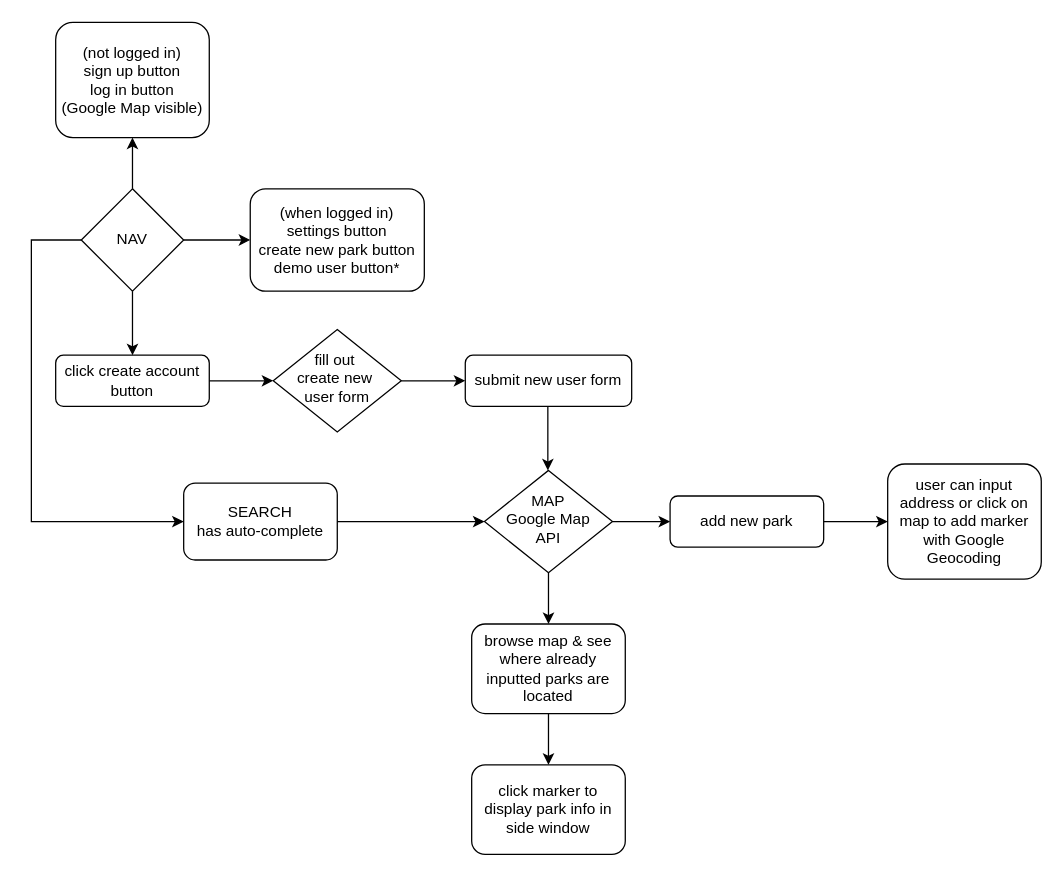
The draw.io diagram bmxparksorg-flowchart.drawio in forrestmorrison/bmxparksorg, before the edit. Source tidied: cells renumbered, new cells numbered last; positions are measured from the earlier drawing's top-left corner, leaving out a move shared by most shapes. Both pictures are drawn from the tidied source at 128%, with x=0, y=0 at pixel (31, 22).
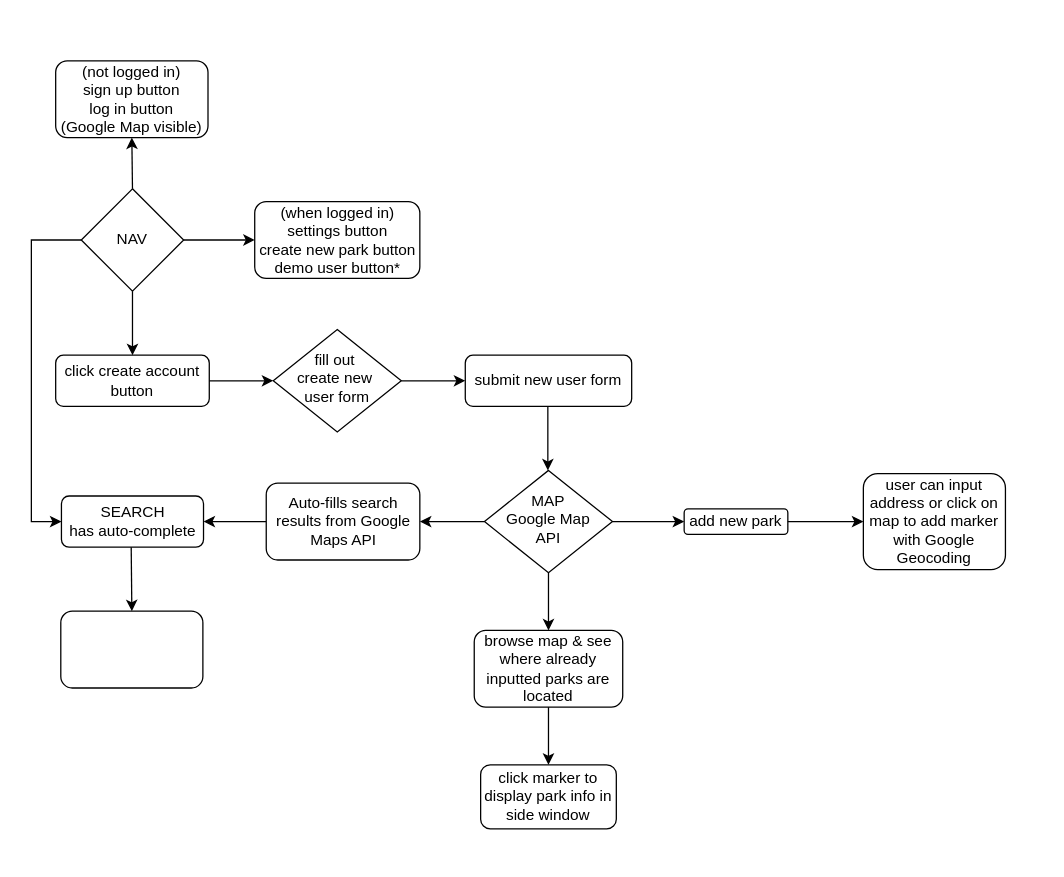
After the change.

Commit message:
Updated flow chart

Unchanged cells that the change refers to:
```xml
<mxCell id="5" value="MAP&lt;br&gt;Google Map&lt;br&gt;API" style="rhombus;whiteSpace=wrap;html=1;shadow=0;fontFamily=Helvetica;fontSize=12;align=center;strokeWidth=1;spacing=6;spacingTop=-4;" parent="1" vertex="1">
  <mxGeometry x="354" y="350" width="100" height="80" as="geometry" />
</mxCell>
```

Change to the diagram source:
```diff
@@
     <mxCell id="6" value="click marker to display park info in side window" style="rounded=1;whiteSpace=wrap;html=1;fontSize=12;glass=0;strokeWidth=1;shadow=0;" parent="1" vertex="1">
-      <mxGeometry x="344" y="580" width="120" height="70" as="geometry" />
+      <mxGeometry x="351" y="580" width="106" height="50" as="geometry" />
     </mxCell>
     <mxCell id="7" value="add new park" style="rounded=1;whiteSpace=wrap;html=1;fontSize=12;glass=0;strokeWidth=1;shadow=0;" parent="1" vertex="1">
-      <mxGeometry x="499" y="370" width="120" height="40" as="geometry" />
+      <mxGeometry x="510" y="380" width="81" height="20" as="geometry" />
     </mxCell>
@@
     <mxCell id="12" value="browse map &amp;amp; see where already inputted parks are located" style="rounded=1;whiteSpace=wrap;html=1;" parent="1" vertex="1">
-      <mxGeometry x="344" y="470" width="120" height="70" as="geometry" />
+      <mxGeometry x="346" y="475" width="116" height="60" as="geometry" />
     </mxCell>
@@
     <mxCell id="19" value="(when logged in)&lt;br&gt;settings button&lt;br&gt;create new park button&lt;br&gt;demo user button*" style="rounded=1;whiteSpace=wrap;html=1;" parent="1" vertex="1">
-      <mxGeometry x="171" y="130" width="136" height="80" as="geometry" />
+      <mxGeometry x="174.5" y="140" width="129" height="60" as="geometry" />
     </mxCell>
     <mxCell id="20" value="(not logged in)&lt;br&gt;sign up button&lt;br&gt;log in button&lt;br&gt;(Google Map visible)" style="rounded=1;whiteSpace=wrap;html=1;" parent="1" vertex="1">
-      <mxGeometry x="19" width="120" height="90" as="geometry" />
+      <mxGeometry x="19" y="30" width="119" height="60" as="geometry" />
     </mxCell>
@@
     <mxCell id="22" value="user can input address or click on map to add marker with Google Geocoding" style="rounded=1;whiteSpace=wrap;html=1;" parent="1" vertex="1">
-      <mxGeometry x="669" y="345" width="120" height="90" as="geometry" />
+      <mxGeometry x="650" y="352.5" width="111" height="75" as="geometry" />
     </mxCell>
@@
     <mxCell id="24" value="SEARCH&lt;br&gt;has auto-complete" style="rounded=1;whiteSpace=wrap;html=1;" parent="1" vertex="1">
-      <mxGeometry x="119" y="360" width="120" height="60" as="geometry" />
+      <mxGeometry x="23.5" y="370" width="111" height="40" as="geometry" />
     </mxCell>
-    <mxCell id="25" style="endArrow=classic;html=1;rounded=0;entryX=0;entryY=0.5;entryDx=0;entryDy=0;exitX=1;exitY=0.5;exitDx=0;exitDy=0;" parent="1" edge="1" source="24" target="5">
+    <mxCell id="25" style="endArrow=classic;html=1;rounded=0;entryX=1;entryY=0.5;entryDx=0;entryDy=0;" parent="1" edge="1" source="28" target="24">
       <mxGeometry relative="1" as="geometry" />
     </mxCell>
+    <mxCell id="26" style="rounded=1;whiteSpace=wrap;html=1;" parent="1" vertex="1">
+      <mxGeometry x="23" y="460" width="111" height="60" as="geometry" />
+    </mxCell>
+    <mxCell id="27" style="endArrow=classic;html=1;rounded=0;entryX=0.5;entryY=0;entryDx=0;entryDy=0;" parent="1" edge="1" target="26">
+      <mxGeometry relative="1" as="geometry">
+        <mxPoint x="78" y="410" as="sourcePoint" />
+      </mxGeometry>
+    </mxCell>
+    <mxCell id="28" value="Auto-fills search results from Google Maps API" style="rounded=1;whiteSpace=wrap;html=1;" parent="1" vertex="1">
+      <mxGeometry x="183.5" y="360" width="120" height="60" as="geometry" />
+    </mxCell>
+    <mxCell id="29" style="endArrow=classic;html=1;rounded=0;exitX=0;exitY=0.5;exitDx=0;exitDy=0;entryX=1;entryY=0.5;entryDx=0;entryDy=0;" parent="1" edge="1" source="5" target="28">
+      <mxGeometry relative="1" as="geometry" />
+    </mxCell>
```
